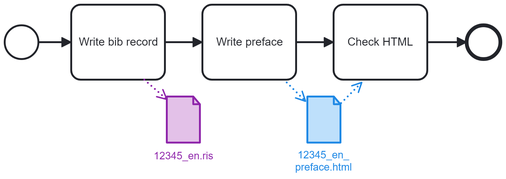
Before: 3-AddInfo.png, a diagram exported from BPMN (japotrad/blue-sora). Its source is kept beside it as 3-AddInfo.bpmn. Ids are renumbered.
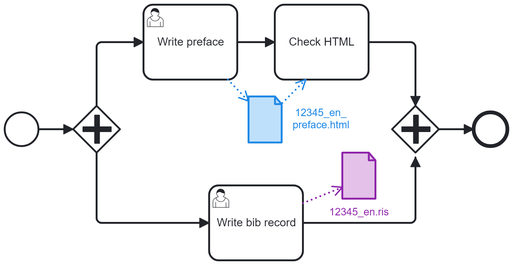
After the commit.

The edit, as a diff of the source:
```diff
@@ -4,7 +4,7 @@
     <bpmn:dataObjectReference id="DataObjectReference_n4" name="12345_en.ris" dataObjectRef="DataObject_n5" />
     <bpmn:task id="Activity_n6" name="Check HTML">
       <bpmn:documentation>Check conformance to a simplified XHTML format.</bpmn:documentation>
-      <bpmn:incoming>Flow_n7</bpmn:incoming>
+      <bpmn:incoming>Flow_n18</bpmn:incoming>
       <bpmn:outgoing>Flow_n8</bpmn:outgoing>
       <bpmn:property id="Property_n9" name="__targetRef_placeholder" />
       <bpmn:dataInputAssociation id="DataInputAssociation_n10">
@@ -15,89 +15,124 @@
     <bpmn:dataObject id="DataObject_n5" />
     <bpmn:dataObject id="DataObject_n3" />
     <bpmn:endEvent id="Event_n11">
+      <bpmn:incoming>Flow_n19</bpmn:incoming>
+    </bpmn:endEvent>
+    <bpmn:sequenceFlow id="Flow_n8" sourceRef="Activity_n6" targetRef="Gateway_n20" />
+    <bpmn:sequenceFlow id="Flow_n18" sourceRef="Activity_n21" targetRef="Activity_n6" />
+    <bpmn:sequenceFlow id="Flow_n19" sourceRef="Gateway_n20" targetRef="Event_n11" />
+    <bpmn:sequenceFlow id="Flow_n13" sourceRef="StartEvent_1" targetRef="Gateway_n22" />
+    <bpmn:sequenceFlow id="Flow_n23" sourceRef="Activity_n24" targetRef="Gateway_n20" />
+    <bpmn:sequenceFlow id="Flow_n25" sourceRef="Gateway_n22" targetRef="Activity_n24" />
+    <bpmn:sequenceFlow id="Flow_n26" sourceRef="Gateway_n22" targetRef="Activity_n21" />
+    <bpmn:parallelGateway id="Gateway_n20">
       <bpmn:incoming>Flow_n8</bpmn:incoming>
-    </bpmn:endEvent>
-    <bpmn:sequenceFlow id="Flow_n8" sourceRef="Activity_n6" targetRef="Event_n11" />
-    <bpmn:sequenceFlow id="Flow_n7" sourceRef="Activity_n12" targetRef="Activity_n6" />
-    <bpmn:sequenceFlow id="Flow_n13" sourceRef="StartEvent_1" targetRef="Activity_n14" />
-    <bpmn:sequenceFlow id="Flow_n15" sourceRef="Activity_n14" targetRef="Activity_n12" />
+      <bpmn:incoming>Flow_n23</bpmn:incoming>
+      <bpmn:outgoing>Flow_n19</bpmn:outgoing>
+    </bpmn:parallelGateway>
+    <bpmn:parallelGateway id="Gateway_n22">
+      <bpmn:incoming>Flow_n13</bpmn:incoming>
+      <bpmn:outgoing>Flow_n25</bpmn:outgoing>
+      <bpmn:outgoing>Flow_n26</bpmn:outgoing>
+    </bpmn:parallelGateway>
     <bpmn:startEvent id="StartEvent_1">
       <bpmn:outgoing>Flow_n13</bpmn:outgoing>
     </bpmn:startEvent>
-    <bpmn:task id="Activity_n14" name="Write bib record">
-      <bpmn:incoming>Flow_n13</bpmn:incoming>
-      <bpmn:outgoing>Flow_n15</bpmn:outgoing>
-      <bpmn:dataOutputAssociation id="DataOutputAssociation_n16">
+    <bpmn:userTask id="Activity_n24" name="Write bib record">
+      <bpmn:incoming>Flow_n25</bpmn:incoming>
+      <bpmn:outgoing>Flow_n23</bpmn:outgoing>
+      <bpmn:dataOutputAssociation id="DataOutputAssociation_n27">
         <bpmn:targetRef>DataObjectReference_n4</bpmn:targetRef>
       </bpmn:dataOutputAssociation>
-    </bpmn:task>
-    <bpmn:task id="Activity_n12" name="Write preface">
-      <bpmn:incoming>Flow_n15</bpmn:incoming>
-      <bpmn:outgoing>Flow_n7</bpmn:outgoing>
-      <bpmn:dataOutputAssociation id="DataOutputAssociation_n17">
+    </bpmn:userTask>
+    <bpmn:userTask id="Activity_n21" name="Write preface">
+      <bpmn:incoming>Flow_n26</bpmn:incoming>
+      <bpmn:outgoing>Flow_n18</bpmn:outgoing>
+      <bpmn:dataOutputAssociation id="DataOutputAssociation_n28">
         <bpmn:targetRef>DataObjectReference_n2</bpmn:targetRef>
       </bpmn:dataOutputAssociation>
-    </bpmn:task>
+    </bpmn:userTask>
   </bpmn:process>
   <bpmndi:BPMNDiagram id="BPMNDiagram_1">
     <bpmndi:BPMNPlane id="BPMNPlane_1" bpmnElement="buildDbk">
+      <bpmndi:BPMNShape id="Event_n11_di" bpmnElement="Event_n11">
+        <dc:Bounds x="682" y="192" width="36" height="36" />
+      </bpmndi:BPMNShape>
+      <bpmndi:BPMNShape id="Gateway_n20_di" bpmnElement="Gateway_n20">
+        <dc:Bounds x="595" y="185" width="50" height="50" />
+      </bpmndi:BPMNShape>
+      <bpmndi:BPMNShape id="Gateway_n22_di" bpmnElement="Gateway_n22">
+        <dc:Bounds x="255" y="185" width="50" height="50" />
+      </bpmndi:BPMNShape>
+      <bpmndi:BPMNShape id="Activity_n21_di" bpmnElement="Activity_n21">
+        <dc:Bounds x="330" y="77" width="100" height="80" />
+        <bpmndi:BPMNLabel />
+      </bpmndi:BPMNShape>
+      <bpmndi:BPMNShape id="Activity_n6_di" bpmnElement="Activity_n6">
+        <dc:Bounds x="470" y="77" width="100" height="80" />
+        <bpmndi:BPMNLabel />
+      </bpmndi:BPMNShape>
       <bpmndi:BPMNShape id="DataObjectReference_n2_di" bpmnElement="DataObjectReference_n2" bioc:stroke="#1e88e5" bioc:fill="#bbdefb" color:background-color="#bbdefb" color:border-color="#1e88e5">
-        <dc:Bounds x="502" y="175" width="36" height="50" />
-        <bpmndi:BPMNLabel>
-          <dc:Bounds x="489" y="231" width="62" height="27" />
+        <dc:Bounds x="442" y="175" width="36" height="50" />
+        <bpmndi:BPMNLabel color:color="#1e88e5">
+          <dc:Bounds x="489" y="186" width="61" height="27" />
         </bpmndi:BPMNLabel>
       </bpmndi:BPMNShape>
+      <bpmndi:BPMNShape id="Activity_n24_di" bpmnElement="Activity_n24">
+        <dc:Bounds x="400" y="270" width="100" height="80" />
+        <bpmndi:BPMNLabel />
+      </bpmndi:BPMNShape>
       <bpmndi:BPMNShape id="DataObjectReference_n4_di" bpmnElement="DataObjectReference_n4" bioc:stroke="#8e24aa" bioc:fill="#e1bee7" color:background-color="#e1bee7" color:border-color="#8e24aa">
-        <dc:Bounds x="352" y="175" width="36" height="50" />
+        <dc:Bounds x="542" y="235" width="36" height="50" />
         <bpmndi:BPMNLabel color:color="#8e24aa">
-          <dc:Bounds x="338" y="232" width="65" height="14" />
+          <dc:Bounds x="528" y="292" width="65" height="14" />
         </bpmndi:BPMNLabel>
       </bpmndi:BPMNShape>
-      <bpmndi:BPMNShape id="Activity_n6_di" bpmnElement="Activity_n6">
-        <dc:Bounds x="530" y="77" width="100" height="80" />
-        <bpmndi:BPMNLabel />
-      </bpmndi:BPMNShape>
-      <bpmndi:BPMNShape id="Event_n11_di" bpmnElement="Event_n11">
-        <dc:Bounds x="672" y="99" width="36" height="36" />
-      </bpmndi:BPMNShape>
       <bpmndi:BPMNShape id="_BPMNShape_StartEvent_2" bpmnElement="StartEvent_1">
-        <dc:Bounds x="179" y="99" width="36" height="36" />
-      </bpmndi:BPMNShape>
-      <bpmndi:BPMNShape id="Activity_n14_di" bpmnElement="Activity_n14">
-        <dc:Bounds x="250" y="77" width="100" height="80" />
-        <bpmndi:BPMNLabel />
-      </bpmndi:BPMNShape>
-      <bpmndi:BPMNShape id="Activity_n12_di" bpmnElement="Activity_n12">
-        <dc:Bounds x="390" y="77" width="100" height="80" />
-        <bpmndi:BPMNLabel />
+        <dc:Bounds x="182" y="192" width="36" height="36" />
       </bpmndi:BPMNShape>
       <bpmndi:BPMNEdge id="DataInputAssociation_n10_di" bpmnElement="DataInputAssociation_n10" bioc:stroke="#1e88e5" color:border-color="#1e88e5">
-        <di:waypoint x="538" y="182" />
-        <di:waypoint x="560" y="160" />
+        <di:waypoint x="478" y="182" />
+        <di:waypoint x="503" y="157" />
       </bpmndi:BPMNEdge>
       <bpmndi:BPMNEdge id="Flow_n8_di" bpmnElement="Flow_n8">
-        <di:waypoint x="630" y="117" />
-        <di:waypoint x="672" y="117" />
-      </bpmndi:BPMNEdge>
-      <bpmndi:BPMNEdge id="Flow_n7_di" bpmnElement="Flow_n7">
-        <di:waypoint x="490" y="117" />
-        <di:waypoint x="530" y="117" />
+        <di:waypoint x="570" y="117" />
+        <di:waypoint x="620" y="117" />
+        <di:waypoint x="620" y="185" />
       </bpmndi:BPMNEdge>
       <bpmndi:BPMNEdge id="Flow_n13_di" bpmnElement="Flow_n13">
-        <di:waypoint x="215" y="117" />
-        <di:waypoint x="250" y="117" />
+        <di:waypoint x="218" y="210" />
+        <di:waypoint x="255" y="210" />
       </bpmndi:BPMNEdge>
-      <bpmndi:BPMNEdge id="Flow_n15_di" bpmnElement="Flow_n15">
-        <di:waypoint x="350" y="117" />
-        <di:waypoint x="390" y="117" />
+      <bpmndi:BPMNEdge id="Flow_n25_di" bpmnElement="Flow_n25">
+        <di:waypoint x="280" y="235" />
+        <di:waypoint x="280" y="310" />
+        <di:waypoint x="400" y="310" />
       </bpmndi:BPMNEdge>
-      <bpmndi:BPMNEdge id="DataOutputAssociation_n16_di" bpmnElement="DataOutputAssociation_n16" bioc:stroke="#8e24aa" color:border-color="#8e24aa">
-        <di:waypoint x="328" y="157" />
-        <di:waypoint x="352" y="178" />
+      <bpmndi:BPMNEdge id="Flow_n26_di" bpmnElement="Flow_n26">
+        <di:waypoint x="280" y="185" />
+        <di:waypoint x="280" y="117" />
+        <di:waypoint x="330" y="117" />
       </bpmndi:BPMNEdge>
-      <bpmndi:BPMNEdge id="DataOutputAssociation_n17_di" bpmnElement="DataOutputAssociation_n17" bioc:stroke="#1e88e5" color:border-color="#1e88e5">
-        <di:waypoint x="480" y="160" />
-        <di:waypoint x="500" y="180" />
+      <bpmndi:BPMNEdge id="Flow_n18_di" bpmnElement="Flow_n18">
+        <di:waypoint x="430" y="117" />
+        <di:waypoint x="470" y="117" />
+      </bpmndi:BPMNEdge>
+      <bpmndi:BPMNEdge id="Flow_n23_di" bpmnElement="Flow_n23">
+        <di:waypoint x="500" y="310" />
+        <di:waypoint x="620" y="310" />
+        <di:waypoint x="620" y="240" />
+      </bpmndi:BPMNEdge>
+      <bpmndi:BPMNEdge id="Flow_n19_di" bpmnElement="Flow_n19">
+        <di:waypoint x="645" y="210" />
+        <di:waypoint x="682" y="210" />
+      </bpmndi:BPMNEdge>
+      <bpmndi:BPMNEdge id="DataOutputAssociation_n27_di" bpmnElement="DataOutputAssociation_n27" bioc:stroke="#8e24aa" color:border-color="#8e24aa">
+        <di:waypoint x="500" y="289" />
+        <di:waypoint x="542" y="272" />
+      </bpmndi:BPMNEdge>
+      <bpmndi:BPMNEdge id="DataOutputAssociation_n28_di" bpmnElement="DataOutputAssociation_n28" bioc:stroke="#1e88e5" color:border-color="#1e88e5">
+        <di:waypoint x="420" y="157" />
+        <di:waypoint x="442" y="180" />
       </bpmndi:BPMNEdge>
     </bpmndi:BPMNPlane>
   </bpmndi:BPMNDiagram>
```
